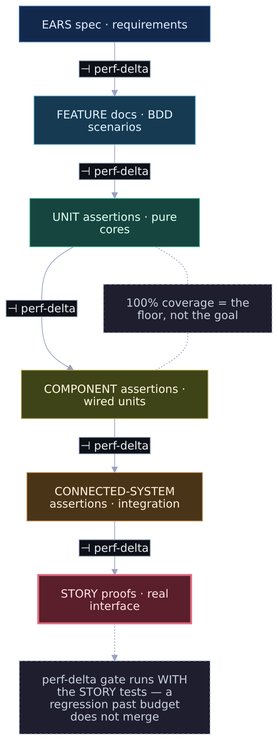
agentic-underground/idea-to-production keeps this Mermaid diagram as plugins/foundry/diagrams/03-quality-chain.png. Above is the earlier version. Its source is kept beside it as plugins/foundry/diagrams/03-quality-chain.mmd. Its diagram source:
```mermaid
%%{init: {'theme':'base','themeVariables':{'background':'transparent','primaryColor':'#1e1e2e','primaryBorderColor':'#9aa2c0','primaryTextColor':'#e6e9f0','secondaryColor':'#2a2a3c','tertiaryColor':'#2a2a3c','lineColor':'#9aa2c0','fontFamily':'DejaVu Sans','fontSize':'15px'}}}%%
flowchart TD
  accTitle: The assurance chain
  accDescr: Quality is built in across the whole assurance chain. Six layers run top to bottom — EARS spec, FEATURE docs (BDD), UNIT assertions, COMPONENT assertions, CONNECTED-SYSTEM assertions, and STORY proofs as the proof terminal. Each transition between layers is guarded by a performance-delta gate. 100 percent coverage is the floor, not the goal, and the perf-delta gate runs with the STORY tests so a regression past budget does not merge.

  E["EARS spec · requirements"]
  F["FEATURE docs · BDD scenarios"]
  U["UNIT assertions · pure cores"]
  C["COMPONENT assertions · wired units"]
  S["CONNECTED-SYSTEM assertions · integration"]
  P["STORY proofs · real interface"]

  E -- "⊣ perf-delta" --> F
  F -- "⊣ perf-delta" --> U
  U -- "⊣ perf-delta" --> C
  C -- "⊣ perf-delta" --> S
  S -- "⊣ perf-delta" --> P

  FLOOR["100% coverage = the floor, not the goal"]
  GATE["perf-delta gate runs WITH the STORY tests — a regression past budget does not merge"]

  U -.- FLOOR
  FLOOR -.- C
  P -.-> GATE

  classDef layer1 fill:#13294b,stroke:#5b8bd0,color:#dce8fb;
  classDef layer2 fill:#163a52,stroke:#56a3c4,color:#dcf0fb;
  classDef layer3 fill:#16453f,stroke:#4fb89a,color:#dcfbf0;
  classDef layer4 fill:#3f4318,stroke:#b8a84f,color:#fbf6dc;
  classDef layer5 fill:#4a3417,stroke:#c4894f,color:#fbecdc;
  classDef terminal fill:#5a1f2a,stroke:#e06b82,color:#fbdce4,stroke-width:2.5px;
  classDef note fill:#1e1e2e,stroke:#9aa2c0,color:#c7cdda,stroke-dasharray:4 3;

  class E layer1;
  class F layer2;
  class U layer3;
  class C layer4;
  class S layer5;
  class P terminal;
  class FLOOR,GATE note;
```
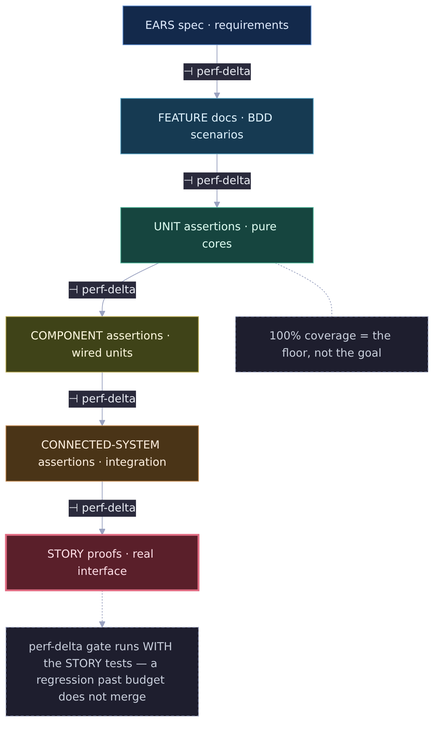
After the commit.

The edit, as a diff of the source:
```diff
@@ -20,7 +20,6 @@
   GATE["perf-delta gate runs WITH the STORY tests — a regression past budget does not merge"]
 
   U -.- FLOOR
-  FLOOR -.- C
   P -.-> GATE
 
   classDef layer1 fill:#13294b,stroke:#5b8bd0,color:#dce8fb;
```
